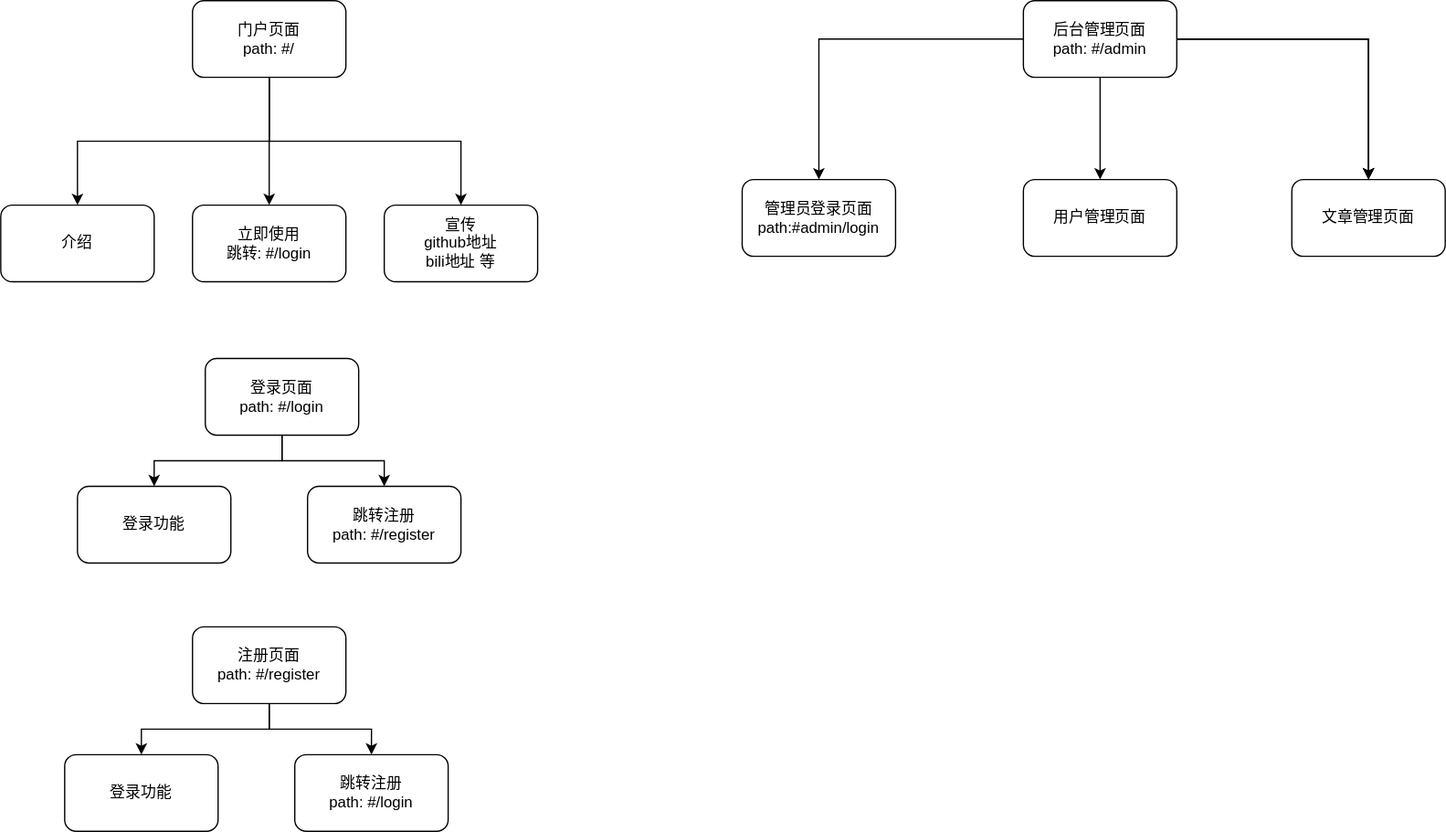
Before: DesignDocs/页面功能设计.svg, a diagram exported from draw.io (holic512/CatNote). Source tidied: cells renumbered, new cells last; positions are measured from the earlier drawing's top-left corner, leaving out a move shared by most shapes.
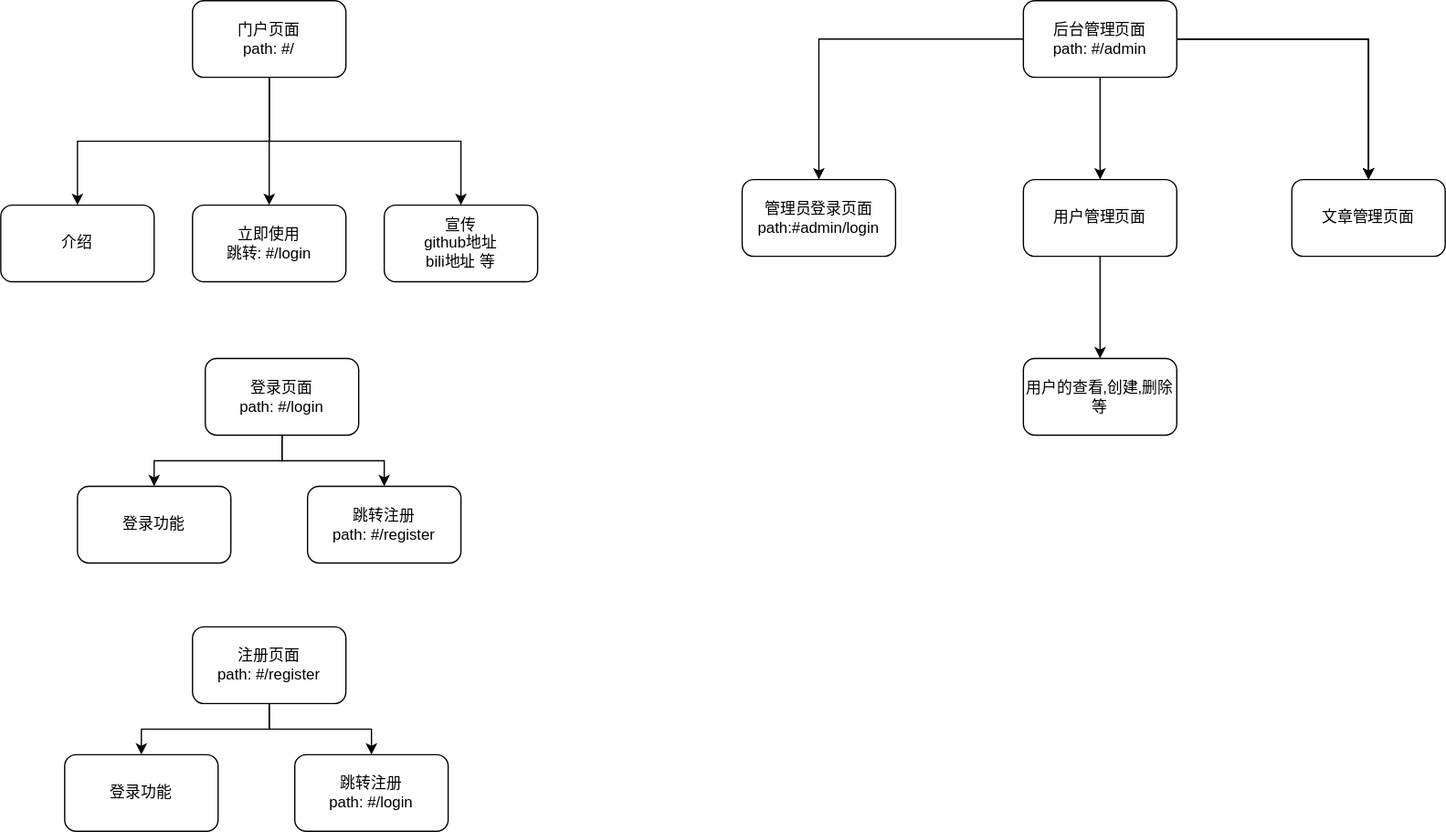
The same diagram one commit later.

The edit, as a diff of the source:
```diff
@@ -87,8 +87,14 @@
     <mxCell id="26" value="文章管理页面" style="whiteSpace=wrap;html=1;rounded=1;" parent="1" vertex="1">
       <mxGeometry x="1010" y="140" width="120" height="60" as="geometry" />
     </mxCell>
+    <mxCell id="28" style="edgeStyle=orthogonalEdgeStyle;rounded=0;jettySize=auto;html=1;" parent="1" edge="1" source="27" target="29">
+      <mxGeometry relative="1" as="geometry" />
+    </mxCell>
     <mxCell id="27" value="用户管理页面" style="whiteSpace=wrap;html=1;rounded=1;" parent="1" vertex="1">
       <mxGeometry x="800" y="140" width="120" height="60" as="geometry" />
     </mxCell>
+    <mxCell id="29" value="用户的查看,创建,删除等" style="whiteSpace=wrap;html=1;rounded=1;" parent="1" vertex="1">
+      <mxGeometry x="800" y="280" width="120" height="60" as="geometry" />
+    </mxCell>
   </root>
 </mxGraphModel>
```
